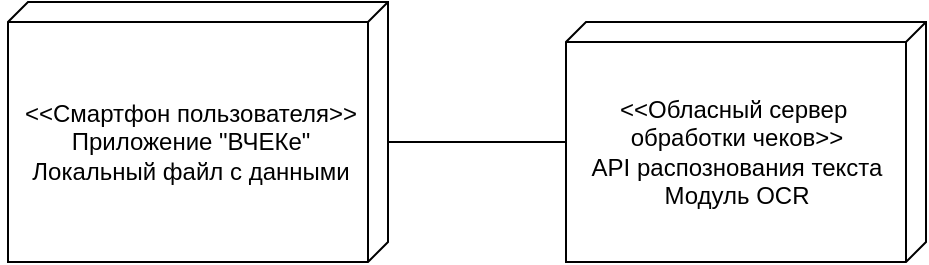
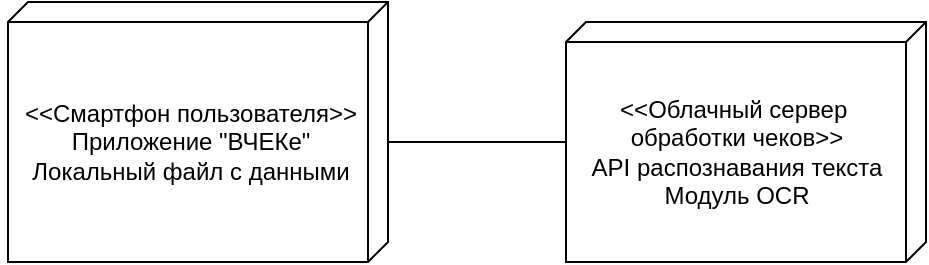
<mxfile host="Electron" agent="Mozilla/5.0 (Windows NT 10.0; Win64; x64) AppleWebKit/537.36 (KHTML, like Gecko) draw.io/27.0.9 Chrome/134.0.6998.205 Electron/35.4.0 Safari/537.36" version="27.0.9">
  <diagram name="Страница — 1" id="wi7SmNs803Qpk8ItHh1O">
    <mxGraphModel dx="1426" dy="841" grid="1" gridSize="10" guides="1" tooltips="1" connect="1" arrows="1" fold="1" page="1" pageScale="1" pageWidth="827" pageHeight="1169" math="0" shadow="0">
      <root>
        <mxCell id="0" />
        <mxCell id="1" parent="0" />
-         <mxCell id="f7wRwroKtxuT5rwJN4-k-5" value="" style="group" vertex="1" connectable="0" parent="1">
+         <mxCell id="f7wRwroKtxuT5rwJN4-k-5" value="" style="group" parent="1" vertex="1" connectable="0">
          <mxGeometry x="170" y="410" width="191" height="130" as="geometry" />
        </mxCell>
-         <mxCell id="f7wRwroKtxuT5rwJN4-k-1" value="" style="verticalAlign=top;align=left;spacingTop=8;spacingLeft=2;spacingRight=12;shape=cube;size=10;direction=south;fontStyle=4;html=1;whiteSpace=wrap;" vertex="1" parent="f7wRwroKtxuT5rwJN4-k-5">
+         <mxCell id="f7wRwroKtxuT5rwJN4-k-1" value="" style="verticalAlign=top;align=left;spacingTop=8;spacingLeft=2;spacingRight=12;shape=cube;size=10;direction=south;fontStyle=4;html=1;whiteSpace=wrap;" parent="f7wRwroKtxuT5rwJN4-k-5" vertex="1">
          <mxGeometry x="1" width="190" height="130" as="geometry" />
        </mxCell>
-         <mxCell id="f7wRwroKtxuT5rwJN4-k-2" value="&amp;lt;&amp;lt;Смартфон пользователя&amp;gt;&amp;gt;&lt;div&gt;Приложение &quot;ВЧЕКе&quot;&lt;/div&gt;&lt;div&gt;Локальный файл с данными&lt;/div&gt;" style="text;html=1;align=center;verticalAlign=middle;resizable=0;points=[];autosize=1;strokeColor=none;fillColor=none;" vertex="1" parent="f7wRwroKtxuT5rwJN4-k-5">
+         <mxCell id="f7wRwroKtxuT5rwJN4-k-2" value="&amp;lt;&amp;lt;Смартфон пользователя&amp;gt;&amp;gt;&lt;div&gt;Приложение &quot;ВЧЕКе&quot;&lt;/div&gt;&lt;div&gt;Локальный файл с данными&lt;/div&gt;" style="text;html=1;align=center;verticalAlign=middle;resizable=0;points=[];autosize=1;strokeColor=none;fillColor=none;" parent="f7wRwroKtxuT5rwJN4-k-5" vertex="1">
          <mxGeometry x="-3" y="40" width="190" height="60" as="geometry" />
        </mxCell>
-         <mxCell id="f7wRwroKtxuT5rwJN4-k-6" value="" style="group" vertex="1" connectable="0" parent="1">
+         <mxCell id="f7wRwroKtxuT5rwJN4-k-6" value="" style="group" parent="1" vertex="1" connectable="0">
          <mxGeometry x="450" y="420" width="180" height="120" as="geometry" />
        </mxCell>
-         <mxCell id="f7wRwroKtxuT5rwJN4-k-3" value="" style="verticalAlign=top;align=left;spacingTop=8;spacingLeft=2;spacingRight=12;shape=cube;size=10;direction=south;fontStyle=4;html=1;whiteSpace=wrap;" vertex="1" parent="f7wRwroKtxuT5rwJN4-k-6">
+         <mxCell id="f7wRwroKtxuT5rwJN4-k-3" value="" style="verticalAlign=top;align=left;spacingTop=8;spacingLeft=2;spacingRight=12;shape=cube;size=10;direction=south;fontStyle=4;html=1;whiteSpace=wrap;" parent="f7wRwroKtxuT5rwJN4-k-6" vertex="1">
          <mxGeometry width="180" height="120" as="geometry" />
        </mxCell>
-         <mxCell id="f7wRwroKtxuT5rwJN4-k-4" value="&amp;lt;&amp;lt;Обласный сервер&amp;nbsp;&lt;div&gt;обработки чеков&amp;gt;&amp;gt;&lt;/div&gt;&lt;div&gt;API распознования текста&lt;/div&gt;&lt;div&gt;Модуль OCR&lt;/div&gt;" style="text;html=1;align=center;verticalAlign=middle;resizable=0;points=[];autosize=1;strokeColor=none;fillColor=none;" vertex="1" parent="f7wRwroKtxuT5rwJN4-k-6">
+         <mxCell id="f7wRwroKtxuT5rwJN4-k-4" value="&amp;lt;&amp;lt;Облачный сервер&amp;nbsp;&lt;div&gt;обработки чеков&amp;gt;&amp;gt;&lt;/div&gt;&lt;div&gt;API распознавания текста&lt;/div&gt;&lt;div&gt;Модуль OCR&lt;/div&gt;" style="text;html=1;align=center;verticalAlign=middle;resizable=0;points=[];autosize=1;strokeColor=none;fillColor=none;" parent="f7wRwroKtxuT5rwJN4-k-6" vertex="1">
          <mxGeometry y="30" width="170" height="70" as="geometry" />
        </mxCell>
-         <mxCell id="f7wRwroKtxuT5rwJN4-k-7" style="edgeStyle=orthogonalEdgeStyle;rounded=0;orthogonalLoop=1;jettySize=auto;html=1;endArrow=none;startFill=0;strokeWidth=1;" edge="1" parent="1" source="f7wRwroKtxuT5rwJN4-k-1" target="f7wRwroKtxuT5rwJN4-k-3">
+         <mxCell id="f7wRwroKtxuT5rwJN4-k-7" style="edgeStyle=orthogonalEdgeStyle;rounded=0;orthogonalLoop=1;jettySize=auto;html=1;endArrow=none;startFill=0;strokeWidth=1;" parent="1" source="f7wRwroKtxuT5rwJN4-k-1" target="f7wRwroKtxuT5rwJN4-k-3" edge="1">
          <mxGeometry relative="1" as="geometry">
            <Array as="points">
              <mxPoint x="390" y="480" />
              <mxPoint x="390" y="480" />
            </Array>
          </mxGeometry>
        </mxCell>
      </root>
    </mxGraphModel>
  </diagram>
</mxfile>
